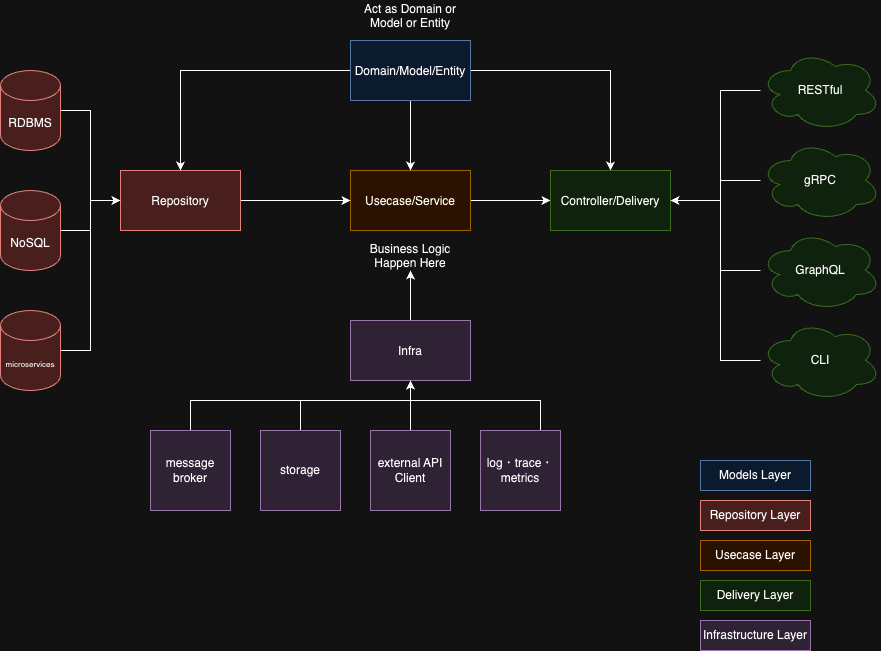
kyong0612/my-go-clean-architecture keeps this draw.io diagram as clean-archtecture.png. Above is the earlier version. Source tidied: cells renumbered, new cells last; positions are measured from the earlier drawing's top-left corner, leaving out a move shared by most shapes. Its diagram source:
```xml
<mxGraphModel>
  <root>
    <mxCell id="0" />
    <mxCell id="1" parent="0" />
    <mxCell id="2" style="edgeStyle=orthogonalEdgeStyle;rounded=0;jettySize=auto;html=1;entryX=0;entryY=0.5;entryDx=0;entryDy=0;" parent="1" edge="1" source="3" target="8">
      <mxGeometry relative="1" as="geometry" />
    </mxCell>
    <mxCell id="3" value="&lt;p style=&quot;margin: 0px; font-variant-numeric: normal; font-variant-east-asian: normal; font-variant-alternates: normal; font-kerning: auto; font-optical-sizing: auto; font-feature-settings: normal; font-variation-settings: normal; font-variant-position: normal; font-stretch: normal; line-height: normal; text-align: start;&quot; class=&quot;p1&quot;&gt;Usecase/Service&lt;/p&gt;" style="rounded=0;whiteSpace=wrap;html=1;fillColor=#ffe6cc;strokeColor=#d79b00;" parent="1" vertex="1">
      <mxGeometry x="350" y="170" width="120" height="60" as="geometry" />
    </mxCell>
    <mxCell id="4" style="edgeStyle=orthogonalEdgeStyle;rounded=0;jettySize=auto;html=1;entryX=0.5;entryY=0;entryDx=0;entryDy=0;" parent="1" edge="1" source="7" target="3">
      <mxGeometry relative="1" as="geometry" />
    </mxCell>
    <mxCell id="5" style="edgeStyle=orthogonalEdgeStyle;rounded=0;jettySize=auto;html=1;entryX=0.5;entryY=0;entryDx=0;entryDy=0;" parent="1" edge="1" source="7" target="8">
      <mxGeometry relative="1" as="geometry" />
    </mxCell>
    <mxCell id="6" style="edgeStyle=orthogonalEdgeStyle;rounded=0;jettySize=auto;html=1;entryX=0.5;entryY=0;entryDx=0;entryDy=0;" parent="1" edge="1" source="7" target="10">
      <mxGeometry relative="1" as="geometry">
        <Array as="points">
          <mxPoint x="180" y="70" />
        </Array>
      </mxGeometry>
    </mxCell>
    <mxCell id="7" value="&lt;p style=&quot;margin: 0px; font-variant-numeric: normal; font-variant-east-asian: normal; font-variant-alternates: normal; font-kerning: auto; font-optical-sizing: auto; font-feature-settings: normal; font-variation-settings: normal; font-variant-position: normal; font-stretch: normal; line-height: normal; text-align: start;&quot; class=&quot;p1&quot;&gt;Domain/Model/Entity&lt;/p&gt;" style="rounded=0;whiteSpace=wrap;html=1;fillColor=#dae8fc;strokeColor=#6c8ebf;" parent="1" vertex="1">
      <mxGeometry x="350" y="40" width="120" height="60" as="geometry" />
    </mxCell>
    <mxCell id="8" value="&lt;p style=&quot;margin: 0px; font-variant-numeric: normal; font-variant-east-asian: normal; font-variant-alternates: normal; font-kerning: auto; font-optical-sizing: auto; font-feature-settings: normal; font-variation-settings: normal; font-variant-position: normal; font-stretch: normal; line-height: normal; text-align: start;&quot; class=&quot;p1&quot;&gt;Controller/Delivery&lt;/p&gt;" style="rounded=0;whiteSpace=wrap;html=1;fillColor=#d5e8d4;strokeColor=#82b366;" parent="1" vertex="1">
      <mxGeometry x="550" y="170" width="120" height="60" as="geometry" />
    </mxCell>
    <mxCell id="9" style="edgeStyle=orthogonalEdgeStyle;rounded=0;jettySize=auto;html=1;entryX=0;entryY=0.5;entryDx=0;entryDy=0;" parent="1" edge="1" source="10" target="3">
      <mxGeometry relative="1" as="geometry" />
    </mxCell>
    <mxCell id="10" value="&lt;p style=&quot;margin: 0px; font-variant-numeric: normal; font-variant-east-asian: normal; font-variant-alternates: normal; font-kerning: auto; font-optical-sizing: auto; font-feature-settings: normal; font-variation-settings: normal; font-variant-position: normal; font-stretch: normal; line-height: normal; text-align: start;&quot; class=&quot;p1&quot;&gt;Repository&lt;/p&gt;" style="rounded=0;whiteSpace=wrap;html=1;fillColor=#f8cecc;strokeColor=#b85450;" parent="1" vertex="1">
      <mxGeometry x="120" y="170" width="120" height="60" as="geometry" />
    </mxCell>
    <mxCell id="11" style="edgeStyle=orthogonalEdgeStyle;rounded=0;jettySize=auto;html=1;entryX=0.5;entryY=1;entryDx=0;entryDy=0;" parent="1" edge="1" source="12" target="14">
      <mxGeometry relative="1" as="geometry" />
    </mxCell>
    <mxCell id="12" value="&lt;p style=&quot;margin: 0px; font-variant-numeric: normal; font-variant-east-asian: normal; font-variant-alternates: normal; font-kerning: auto; font-optical-sizing: auto; font-feature-settings: normal; font-variation-settings: normal; font-variant-position: normal; font-stretch: normal; line-height: normal; text-align: start;&quot; class=&quot;p1&quot;&gt;Infra&lt;/p&gt;" style="rounded=0;whiteSpace=wrap;html=1;fillColor=#e1d5e7;strokeColor=#9673a6;" parent="1" vertex="1">
      <mxGeometry x="350" y="320" width="120" height="60" as="geometry" />
    </mxCell>
    <mxCell id="13" value="&lt;p class=&quot;p1&quot; style=&quot;margin: 0px; font-variant-numeric: normal; font-variant-east-asian: normal; font-variant-alternates: normal; font-kerning: auto; font-optical-sizing: auto; font-feature-settings: normal; font-variation-settings: normal; font-variant-position: normal; font-stretch: normal; line-height: normal;&quot;&gt;Act as Domain or Model or Entity&lt;/p&gt;" style="text;html=1;align=center;verticalAlign=middle;whiteSpace=wrap;rounded=0;" parent="1" vertex="1">
      <mxGeometry x="350" width="120" height="30" as="geometry" />
    </mxCell>
    <mxCell id="14" value="&lt;p style=&quot;margin: 0px; font-variant-numeric: normal; font-variant-east-asian: normal; font-variant-alternates: normal; font-kerning: auto; font-optical-sizing: auto; font-feature-settings: normal; font-variation-settings: normal; font-variant-position: normal; font-stretch: normal; line-height: normal;&quot; class=&quot;p1&quot;&gt;Business Logic Happen Here&lt;/p&gt;" style="text;html=1;align=center;verticalAlign=middle;whiteSpace=wrap;rounded=0;" parent="1" vertex="1">
      <mxGeometry x="350" y="240" width="120" height="30" as="geometry" />
    </mxCell>
    <mxCell id="15" style="edgeStyle=orthogonalEdgeStyle;rounded=0;jettySize=auto;html=1;entryX=1;entryY=0.5;entryDx=0;entryDy=0;" parent="1" edge="1" source="16" target="8">
      <mxGeometry relative="1" as="geometry">
        <Array as="points">
          <mxPoint x="720" y="90" />
          <mxPoint x="720" y="200" />
        </Array>
      </mxGeometry>
    </mxCell>
    <mxCell id="16" value="RESTful" style="ellipse;shape=cloud;whiteSpace=wrap;html=1;fillColor=#d5e8d4;strokeColor=#82b366;" parent="1" vertex="1">
      <mxGeometry x="760" y="50" width="120" height="80" as="geometry" />
    </mxCell>
    <mxCell id="17" style="edgeStyle=orthogonalEdgeStyle;rounded=0;jettySize=auto;html=1;" parent="1" edge="1" source="18">
      <mxGeometry relative="1" as="geometry">
        <mxPoint x="670" y="200" as="targetPoint" />
        <Array as="points">
          <mxPoint x="720" y="180" />
          <mxPoint x="720" y="200" />
        </Array>
      </mxGeometry>
    </mxCell>
    <mxCell id="18" value="gRPC" style="ellipse;shape=cloud;whiteSpace=wrap;html=1;fillColor=#d5e8d4;strokeColor=#82b366;" parent="1" vertex="1">
      <mxGeometry x="760" y="140" width="120" height="80" as="geometry" />
    </mxCell>
    <mxCell id="19" style="edgeStyle=orthogonalEdgeStyle;rounded=0;jettySize=auto;html=1;" parent="1" edge="1" source="20">
      <mxGeometry relative="1" as="geometry">
        <mxPoint x="670" y="200" as="targetPoint" />
        <Array as="points">
          <mxPoint x="720" y="270" />
          <mxPoint x="720" y="200" />
        </Array>
      </mxGeometry>
    </mxCell>
    <mxCell id="20" value="GraphQL" style="ellipse;shape=cloud;whiteSpace=wrap;html=1;fillColor=#d5e8d4;strokeColor=#82b366;" parent="1" vertex="1">
      <mxGeometry x="760" y="230" width="120" height="80" as="geometry" />
    </mxCell>
    <mxCell id="21" style="edgeStyle=orthogonalEdgeStyle;rounded=0;jettySize=auto;html=1;" parent="1" edge="1" source="22">
      <mxGeometry relative="1" as="geometry">
        <mxPoint x="670" y="200" as="targetPoint" />
        <Array as="points">
          <mxPoint x="720" y="360" />
          <mxPoint x="720" y="200" />
        </Array>
      </mxGeometry>
    </mxCell>
    <mxCell id="22" value="CLI" style="ellipse;shape=cloud;whiteSpace=wrap;html=1;fillColor=#d5e8d4;strokeColor=#82b366;" parent="1" vertex="1">
      <mxGeometry x="760" y="320" width="120" height="80" as="geometry" />
    </mxCell>
    <mxCell id="23" value="Models Layer" style="text;html=1;align=center;verticalAlign=middle;whiteSpace=wrap;rounded=0;fillColor=#dae8fc;strokeColor=#6c8ebf;" parent="1" vertex="1">
      <mxGeometry x="700" y="460" width="110" height="30" as="geometry" />
    </mxCell>
    <mxCell id="24" value="Repository Layer" style="text;html=1;align=center;verticalAlign=middle;whiteSpace=wrap;rounded=0;fillColor=#f8cecc;strokeColor=#b85450;" parent="1" vertex="1">
      <mxGeometry x="700" y="500" width="110" height="30" as="geometry" />
    </mxCell>
    <mxCell id="25" value="Usecase Layer" style="text;html=1;align=center;verticalAlign=middle;whiteSpace=wrap;rounded=0;fillColor=#ffe6cc;strokeColor=#d79b00;" parent="1" vertex="1">
      <mxGeometry x="700" y="540" width="110" height="30" as="geometry" />
    </mxCell>
    <mxCell id="26" value="Delivery Layer" style="text;html=1;align=center;verticalAlign=middle;whiteSpace=wrap;rounded=0;fillColor=#d5e8d4;strokeColor=#82b366;" parent="1" vertex="1">
      <mxGeometry x="700" y="580" width="110" height="30" as="geometry" />
    </mxCell>
    <mxCell id="27" value="Infrastructure Layer" style="text;html=1;align=center;verticalAlign=middle;whiteSpace=wrap;rounded=0;fillColor=#e1d5e7;strokeColor=#9673a6;" parent="1" vertex="1">
      <mxGeometry x="700" y="620" width="110" height="30" as="geometry" />
    </mxCell>
    <mxCell id="28" style="edgeStyle=orthogonalEdgeStyle;rounded=0;jettySize=auto;html=1;entryX=0;entryY=0.5;entryDx=0;entryDy=0;" parent="1" edge="1" source="29" target="10">
      <mxGeometry relative="1" as="geometry" />
    </mxCell>
    <mxCell id="29" value="RDBMS" style="shape=cylinder3;whiteSpace=wrap;html=1;boundedLbl=1;backgroundOutline=1;size=15;fillColor=#f8cecc;strokeColor=#b85450;" parent="1" vertex="1">
      <mxGeometry y="70" width="60" height="80" as="geometry" />
    </mxCell>
    <mxCell id="30" style="edgeStyle=orthogonalEdgeStyle;rounded=0;jettySize=auto;html=1;entryX=0;entryY=0.5;entryDx=0;entryDy=0;" parent="1" edge="1" source="31" target="10">
      <mxGeometry relative="1" as="geometry" />
    </mxCell>
    <mxCell id="31" value="NoSQL" style="shape=cylinder3;whiteSpace=wrap;html=1;boundedLbl=1;backgroundOutline=1;size=15;fillColor=#f8cecc;strokeColor=#b85450;" parent="1" vertex="1">
      <mxGeometry y="190" width="60" height="80" as="geometry" />
    </mxCell>
    <mxCell id="32" style="edgeStyle=orthogonalEdgeStyle;rounded=0;jettySize=auto;html=1;entryX=0;entryY=0.5;entryDx=0;entryDy=0;" parent="1" edge="1" source="33" target="10">
      <mxGeometry relative="1" as="geometry" />
    </mxCell>
    <mxCell id="33" value="&lt;font style=&quot;font-size: 8px;&quot;&gt;microservices&lt;/font&gt;" style="shape=cylinder3;whiteSpace=wrap;html=1;boundedLbl=1;backgroundOutline=1;size=15;fillColor=#f8cecc;strokeColor=#b85450;" parent="1" vertex="1">
      <mxGeometry y="310" width="60" height="80" as="geometry" />
    </mxCell>
    <mxCell id="34" style="edgeStyle=orthogonalEdgeStyle;rounded=0;jettySize=auto;html=1;entryX=0.5;entryY=1;entryDx=0;entryDy=0;" parent="1" edge="1" source="35" target="12">
      <mxGeometry relative="1" as="geometry">
        <Array as="points">
          <mxPoint x="190" y="400" />
          <mxPoint x="410" y="400" />
        </Array>
      </mxGeometry>
    </mxCell>
    <mxCell id="35" value="message broker" style="whiteSpace=wrap;html=1;fillColor=#e1d5e7;strokeColor=#9673a6;" parent="1" vertex="1">
      <mxGeometry x="150" y="430" width="80" height="80" as="geometry" />
    </mxCell>
    <mxCell id="36" style="edgeStyle=orthogonalEdgeStyle;rounded=0;jettySize=auto;html=1;entryX=0.5;entryY=1;entryDx=0;entryDy=0;" parent="1" edge="1" source="37" target="12">
      <mxGeometry relative="1" as="geometry" />
    </mxCell>
    <mxCell id="37" value="external API Client" style="whiteSpace=wrap;html=1;fillColor=#e1d5e7;strokeColor=#9673a6;" parent="1" vertex="1">
      <mxGeometry x="370" y="430" width="80" height="80" as="geometry" />
    </mxCell>
    <mxCell id="38" style="edgeStyle=orthogonalEdgeStyle;rounded=0;jettySize=auto;html=1;entryX=0.5;entryY=1;entryDx=0;entryDy=0;" parent="1" edge="1" source="39" target="12">
      <mxGeometry relative="1" as="geometry">
        <Array as="points">
          <mxPoint x="540" y="400" />
          <mxPoint x="410" y="400" />
        </Array>
      </mxGeometry>
    </mxCell>
    <mxCell id="39" value="log・trace・metrics" style="whiteSpace=wrap;html=1;fillColor=#e1d5e7;strokeColor=#9673a6;" parent="1" vertex="1">
      <mxGeometry x="480" y="430" width="80" height="80" as="geometry" />
    </mxCell>
    <mxCell id="40" style="edgeStyle=orthogonalEdgeStyle;rounded=0;jettySize=auto;html=1;entryX=0.5;entryY=1;entryDx=0;entryDy=0;" parent="1" edge="1" source="41" target="12">
      <mxGeometry relative="1" as="geometry">
        <Array as="points">
          <mxPoint x="300" y="400" />
          <mxPoint x="410" y="400" />
        </Array>
      </mxGeometry>
    </mxCell>
    <mxCell id="41" value="storage" style="whiteSpace=wrap;html=1;fillColor=#e1d5e7;strokeColor=#9673a6;" parent="1" vertex="1">
      <mxGeometry x="260" y="430" width="80" height="80" as="geometry" />
    </mxCell>
  </root>
</mxGraphModel>
```
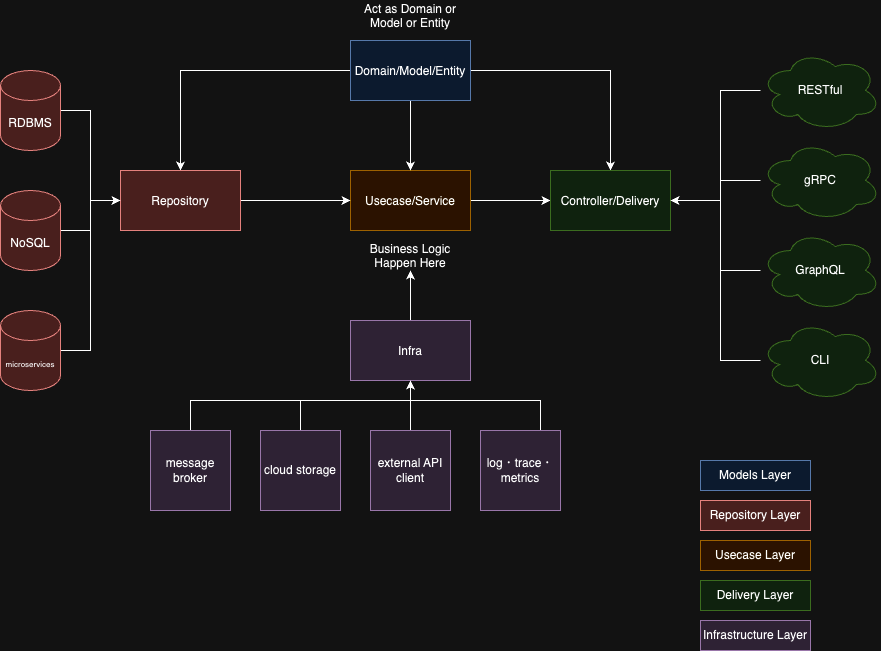
After the change.

What changed in the source:
```diff
@@ -139,7 +139,7 @@
     <mxCell id="36" style="edgeStyle=orthogonalEdgeStyle;rounded=0;jettySize=auto;html=1;entryX=0.5;entryY=1;entryDx=0;entryDy=0;" parent="1" edge="1" source="37" target="12">
       <mxGeometry relative="1" as="geometry" />
     </mxCell>
-    <mxCell id="37" value="external API Client" style="whiteSpace=wrap;html=1;fillColor=#e1d5e7;strokeColor=#9673a6;" parent="1" vertex="1">
+    <mxCell id="37" value="external API client" style="whiteSpace=wrap;html=1;fillColor=#e1d5e7;strokeColor=#9673a6;" parent="1" vertex="1">
       <mxGeometry x="370" y="430" width="80" height="80" as="geometry" />
     </mxCell>
     <mxCell id="38" style="edgeStyle=orthogonalEdgeStyle;rounded=0;jettySize=auto;html=1;entryX=0.5;entryY=1;entryDx=0;entryDy=0;" parent="1" edge="1" source="39" target="12">
@@ -161,7 +161,7 @@
         </Array>
       </mxGeometry>
     </mxCell>
-    <mxCell id="41" value="storage" style="whiteSpace=wrap;html=1;fillColor=#e1d5e7;strokeColor=#9673a6;" parent="1" vertex="1">
+    <mxCell id="41" value="cloud storage" style="whiteSpace=wrap;html=1;fillColor=#e1d5e7;strokeColor=#9673a6;" parent="1" vertex="1">
       <mxGeometry x="260" y="430" width="80" height="80" as="geometry" />
     </mxCell>
   </root>
```
